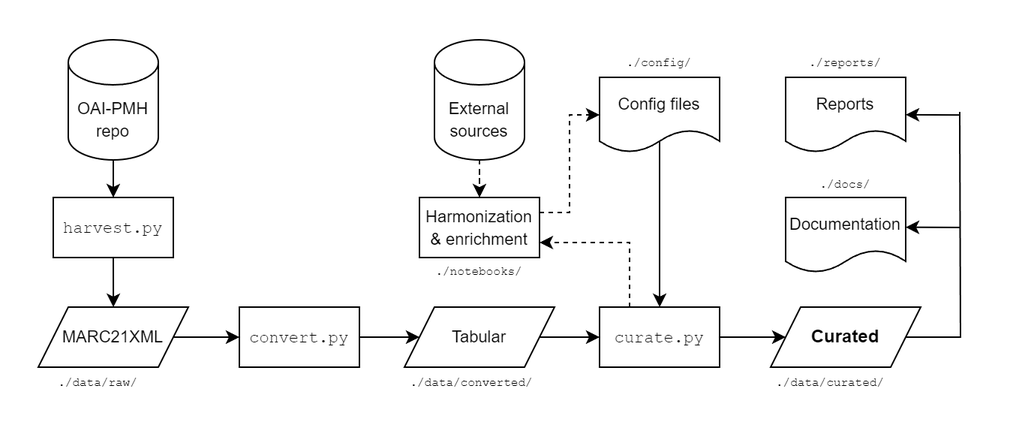
Earlier version of the draw.io export reports/plots/figure1_pipeline_flowchart.png (RaRa-digiLab/enb-curator). Source tidied: cells renumbered, new cells last; positions are measured from the earlier drawing's top-left corner, leaving out a move shared by most shapes. Its diagram source:
```xml
<mxGraphModel>
  <root>
    <mxCell id="0" />
    <mxCell id="1" parent="0" />
    <mxCell id="2" value="&lt;font style=&quot;font-size: 11px;&quot;&gt;OAI-PMH&lt;br&gt;repo&lt;/font&gt;" style="shape=cylinder3;whiteSpace=wrap;html=1;boundedLbl=1;backgroundOutline=1;size=15;" parent="1" vertex="1">
      <mxGeometry x="20" y="1" width="60" height="80" as="geometry" />
    </mxCell>
    <mxCell id="3" style="edgeStyle=orthogonalEdgeStyle;rounded=0;jettySize=auto;html=1;exitX=0.5;exitY=1;exitDx=0;exitDy=0;" parent="1" edge="1" source="11">
      <mxGeometry relative="1" as="geometry">
        <mxPoint x="50" y="179" as="targetPoint" />
      </mxGeometry>
    </mxCell>
    <mxCell id="4" style="edgeStyle=orthogonalEdgeStyle;rounded=0;jettySize=auto;html=1;entryX=0;entryY=0.5;entryDx=0;entryDy=0;" parent="1" edge="1" source="5" target="12">
      <mxGeometry relative="1" as="geometry" />
    </mxCell>
    <mxCell id="5" value="&lt;font style=&quot;font-size: 11px;&quot;&gt;MARC21XML&lt;/font&gt;" style="shape=parallelogram;perimeter=parallelogramPerimeter;whiteSpace=wrap;html=1;fixedSize=1;" parent="1" vertex="1">
      <mxGeometry y="179" width="100" height="40" as="geometry" />
    </mxCell>
    <mxCell id="6" style="edgeStyle=orthogonalEdgeStyle;rounded=0;jettySize=auto;html=1;exitX=1;exitY=0.5;exitDx=0;exitDy=0;entryX=0;entryY=0.5;entryDx=0;entryDy=0;" parent="1" edge="1" source="12" target="14">
      <mxGeometry relative="1" as="geometry" />
    </mxCell>
    <mxCell id="7" style="edgeStyle=orthogonalEdgeStyle;rounded=0;jettySize=auto;html=1;exitX=0.25;exitY=0;exitDx=0;exitDy=0;entryX=1;entryY=0.75;entryDx=0;entryDy=0;dashed=1;" parent="1" edge="1" target="18">
      <mxGeometry relative="1" as="geometry">
        <mxPoint x="394" y="179" as="sourcePoint" />
        <Array as="points">
          <mxPoint x="394" y="136" />
        </Array>
      </mxGeometry>
    </mxCell>
    <mxCell id="8" style="edgeStyle=orthogonalEdgeStyle;rounded=0;jettySize=auto;html=1;entryX=0.5;entryY=0;entryDx=0;entryDy=0;dashed=1;" parent="1" edge="1" source="9" target="18">
      <mxGeometry relative="1" as="geometry" />
    </mxCell>
    <mxCell id="9" value="&lt;font style=&quot;font-size: 11px;&quot;&gt;External&lt;br&gt;sources&lt;/font&gt;" style="shape=cylinder3;whiteSpace=wrap;html=1;boundedLbl=1;backgroundOutline=1;size=15;" parent="1" vertex="1">
      <mxGeometry x="264" y="1" width="60" height="80" as="geometry" />
    </mxCell>
    <mxCell id="10" style="endArrow=classic;html=1;rounded=0;exitX=0.5;exitY=1;exitDx=0;exitDy=0;exitPerimeter=0;entryX=0.5;entryY=0;entryDx=0;entryDy=0;" parent="1" edge="1" source="2" target="11">
      <mxGeometry relative="1" as="geometry" />
    </mxCell>
    <mxCell id="11" value="&lt;font style=&quot;font-size: 11px;&quot; face=&quot;Courier New&quot;&gt;harvest.py&lt;/font&gt;" style="rounded=0;whiteSpace=wrap;html=1;" parent="1" vertex="1">
      <mxGeometry x="10" y="106" width="80" height="40" as="geometry" />
    </mxCell>
    <mxCell id="12" value="&lt;font style=&quot;font-size: 11px;&quot; face=&quot;Courier New&quot;&gt;convert.py&lt;/font&gt;" style="rounded=0;whiteSpace=wrap;html=1;" parent="1" vertex="1">
      <mxGeometry x="134" y="179" width="80" height="40" as="geometry" />
    </mxCell>
    <mxCell id="13" style="edgeStyle=orthogonalEdgeStyle;rounded=0;jettySize=auto;html=1;" parent="1" edge="1" source="14" target="16">
      <mxGeometry relative="1" as="geometry" />
    </mxCell>
    <mxCell id="14" value="&lt;font style=&quot;font-size: 11px;&quot;&gt;Tabular&lt;/font&gt;" style="shape=parallelogram;perimeter=parallelogramPerimeter;whiteSpace=wrap;html=1;fixedSize=1;" parent="1" vertex="1">
      <mxGeometry x="244" y="179" width="100" height="40" as="geometry" />
    </mxCell>
    <mxCell id="15" style="edgeStyle=orthogonalEdgeStyle;rounded=0;jettySize=auto;html=1;" parent="1" edge="1" source="16" target="17">
      <mxGeometry relative="1" as="geometry" />
    </mxCell>
    <mxCell id="16" value="&lt;font style=&quot;font-size: 11px;&quot; face=&quot;Courier New&quot;&gt;curate.py&lt;/font&gt;" style="rounded=0;whiteSpace=wrap;html=1;" parent="1" vertex="1">
      <mxGeometry x="374" y="179" width="80" height="40" as="geometry" />
    </mxCell>
    <mxCell id="17" value="&lt;b&gt;Curated&lt;/b&gt;" style="shape=parallelogram;perimeter=parallelogramPerimeter;whiteSpace=wrap;html=1;fixedSize=1;" parent="1" vertex="1">
      <mxGeometry x="488" y="179" width="100" height="40" as="geometry" />
    </mxCell>
    <mxCell id="18" value="&lt;font style=&quot;font-size: 11px;&quot;&gt;Harmonization &amp;amp; enrichment&lt;/font&gt;" style="rounded=0;whiteSpace=wrap;html=1;" parent="1" vertex="1">
      <mxGeometry x="254" y="106" width="80" height="40" as="geometry" />
    </mxCell>
    <mxCell id="19" style="edgeStyle=orthogonalEdgeStyle;rounded=0;jettySize=auto;html=1;exitX=0.5;exitY=0.847;exitDx=0;exitDy=0;exitPerimeter=0;" parent="1" edge="1" source="20">
      <mxGeometry relative="1" as="geometry">
        <mxPoint x="414" y="179" as="targetPoint" />
      </mxGeometry>
    </mxCell>
    <mxCell id="20" value="&lt;font style=&quot;font-size: 11px;&quot;&gt;Config files&lt;/font&gt;" style="shape=document;whiteSpace=wrap;html=1;boundedLbl=1;" parent="1" vertex="1">
      <mxGeometry x="374" y="26" width="80" height="50" as="geometry" />
    </mxCell>
    <mxCell id="21" style="edgeStyle=orthogonalEdgeStyle;rounded=0;jettySize=auto;html=1;exitX=1;exitY=0.25;exitDx=0;exitDy=0;entryX=0;entryY=0.5;entryDx=0;entryDy=0;dashed=1;" parent="1" edge="1" source="18" target="20">
      <mxGeometry relative="1" as="geometry" />
    </mxCell>
    <mxCell id="22" value="&lt;font style=&quot;font-size: 11px;&quot;&gt;Documentation&lt;/font&gt;" style="shape=document;whiteSpace=wrap;html=1;boundedLbl=1;" parent="1" vertex="1">
      <mxGeometry x="498" y="106" width="80" height="50" as="geometry" />
    </mxCell>
    <mxCell id="23" value="&lt;font style=&quot;font-size: 8px;&quot; face=&quot;Courier New&quot;&gt;./data/raw/&lt;/font&gt;" style="text;html=1;align=center;verticalAlign=middle;whiteSpace=wrap;rounded=0;" parent="1" vertex="1">
      <mxGeometry x="10" y="213" width="60" height="30" as="geometry" />
    </mxCell>
    <mxCell id="24" value="&lt;font style=&quot;font-size: 8px;&quot; face=&quot;Courier New&quot;&gt;./data/converted/&lt;/font&gt;" style="text;html=1;align=center;verticalAlign=middle;whiteSpace=wrap;rounded=0;" parent="1" vertex="1">
      <mxGeometry x="259" y="213" width="60" height="30" as="geometry" />
    </mxCell>
    <mxCell id="25" value="&lt;font style=&quot;font-size: 8px;&quot; face=&quot;Courier New&quot;&gt;./data/curated/&lt;/font&gt;" style="text;html=1;align=center;verticalAlign=middle;whiteSpace=wrap;rounded=0;" parent="1" vertex="1">
      <mxGeometry x="498" y="213" width="60" height="30" as="geometry" />
    </mxCell>
    <mxCell id="26" value="&lt;font style=&quot;font-size: 8px;&quot; face=&quot;Courier New&quot;&gt;./notebooks/&lt;/font&gt;" style="text;html=1;align=center;verticalAlign=middle;whiteSpace=wrap;rounded=0;" parent="1" vertex="1">
      <mxGeometry x="264" y="139" width="60" height="30" as="geometry" />
    </mxCell>
    <mxCell id="27" value="&lt;font style=&quot;font-size: 11px;&quot;&gt;Reports&lt;/font&gt;" style="shape=document;whiteSpace=wrap;html=1;boundedLbl=1;" parent="1" vertex="1">
      <mxGeometry x="498" y="26" width="80" height="50" as="geometry" />
    </mxCell>
    <mxCell id="28" style="endArrow=none;html=1;rounded=0;exitX=1;exitY=0.5;exitDx=0;exitDy=0;edgeStyle=orthogonalEdgeStyle;strokeWidth=1;endFill=0;" parent="1" edge="1" source="17">
      <mxGeometry relative="1" as="geometry">
        <mxPoint x="614" y="49" as="targetPoint" />
      </mxGeometry>
    </mxCell>
    <mxCell id="29" style="endArrow=classic;html=1;rounded=0;entryX=0.986;entryY=0.398;entryDx=0;entryDy=0;entryPerimeter=0;" parent="1" edge="1">
      <mxGeometry relative="1" as="geometry">
        <mxPoint x="614" y="51.1" as="sourcePoint" />
        <mxPoint x="578" y="50.9" as="targetPoint" />
      </mxGeometry>
    </mxCell>
    <mxCell id="30" style="endArrow=classic;html=1;rounded=0;entryX=0.986;entryY=0.398;entryDx=0;entryDy=0;entryPerimeter=0;" parent="1" edge="1">
      <mxGeometry relative="1" as="geometry">
        <mxPoint x="614" y="126" as="sourcePoint" />
        <mxPoint x="578" y="125.8" as="targetPoint" />
      </mxGeometry>
    </mxCell>
    <mxCell id="31" value="&lt;font style=&quot;font-size: 8px;&quot; face=&quot;Courier New&quot;&gt;./config/&lt;/font&gt;" style="text;html=1;align=center;verticalAlign=middle;whiteSpace=wrap;rounded=0;" parent="1" vertex="1">
      <mxGeometry x="384" width="60" height="30" as="geometry" />
    </mxCell>
    <mxCell id="32" value="&lt;font style=&quot;font-size: 8px;&quot; face=&quot;Courier New&quot;&gt;./reports/&lt;/font&gt;" style="text;html=1;align=center;verticalAlign=middle;whiteSpace=wrap;rounded=0;" parent="1" vertex="1">
      <mxGeometry x="508" width="60" height="30" as="geometry" />
    </mxCell>
    <mxCell id="33" value="&lt;font style=&quot;font-size: 8px;&quot; face=&quot;Courier New&quot;&gt;./docs/&lt;/font&gt;" style="text;html=1;align=center;verticalAlign=middle;whiteSpace=wrap;rounded=0;" parent="1" vertex="1">
      <mxGeometry x="508" y="81" width="60" height="30" as="geometry" />
    </mxCell>
  </root>
</mxGraphModel>
```
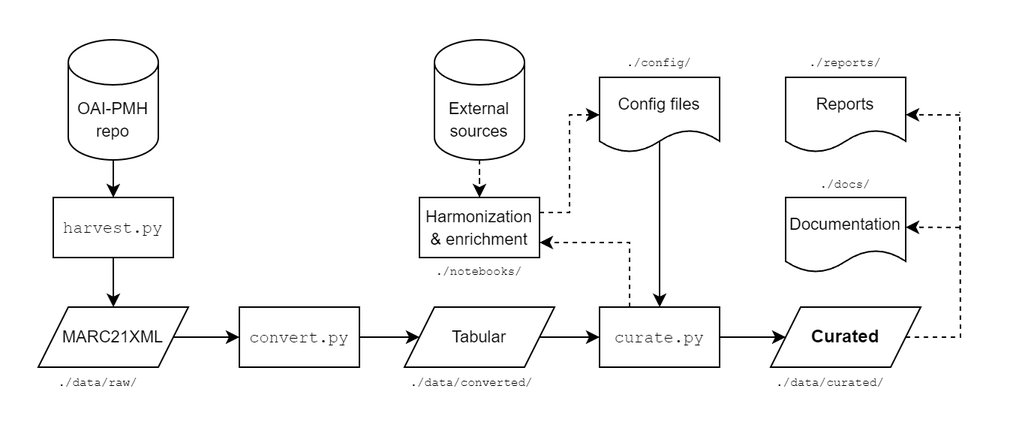
Above is the later version.

Commit message:
improve chart

Change to the diagram source:
```diff
@@ -89,18 +89,18 @@
     <mxCell id="27" value="&lt;font style=&quot;font-size: 11px;&quot;&gt;Reports&lt;/font&gt;" style="shape=document;whiteSpace=wrap;html=1;boundedLbl=1;" parent="1" vertex="1">
       <mxGeometry x="498" y="26" width="80" height="50" as="geometry" />
     </mxCell>
-    <mxCell id="28" style="endArrow=none;html=1;rounded=0;exitX=1;exitY=0.5;exitDx=0;exitDy=0;edgeStyle=orthogonalEdgeStyle;strokeWidth=1;endFill=0;" parent="1" edge="1" source="17">
+    <mxCell id="28" style="endArrow=none;html=1;rounded=0;exitX=1;exitY=0.5;exitDx=0;exitDy=0;edgeStyle=orthogonalEdgeStyle;strokeWidth=1;endFill=0;dashed=1;" parent="1" edge="1" source="17">
       <mxGeometry relative="1" as="geometry">
         <mxPoint x="614" y="49" as="targetPoint" />
       </mxGeometry>
     </mxCell>
-    <mxCell id="29" style="endArrow=classic;html=1;rounded=0;entryX=0.986;entryY=0.398;entryDx=0;entryDy=0;entryPerimeter=0;" parent="1" edge="1">
+    <mxCell id="29" style="endArrow=classic;html=1;rounded=0;entryX=0.986;entryY=0.398;entryDx=0;entryDy=0;entryPerimeter=0;dashed=1;" parent="1" edge="1">
       <mxGeometry relative="1" as="geometry">
         <mxPoint x="614" y="51.1" as="sourcePoint" />
         <mxPoint x="578" y="50.9" as="targetPoint" />
       </mxGeometry>
     </mxCell>
-    <mxCell id="30" style="endArrow=classic;html=1;rounded=0;entryX=0.986;entryY=0.398;entryDx=0;entryDy=0;entryPerimeter=0;" parent="1" edge="1">
+    <mxCell id="30" style="endArrow=classic;html=1;rounded=0;entryX=0.986;entryY=0.398;entryDx=0;entryDy=0;entryPerimeter=0;dashed=1;" parent="1" edge="1">
       <mxGeometry relative="1" as="geometry">
         <mxPoint x="614" y="126" as="sourcePoint" />
         <mxPoint x="578" y="125.8" as="targetPoint" />
```
